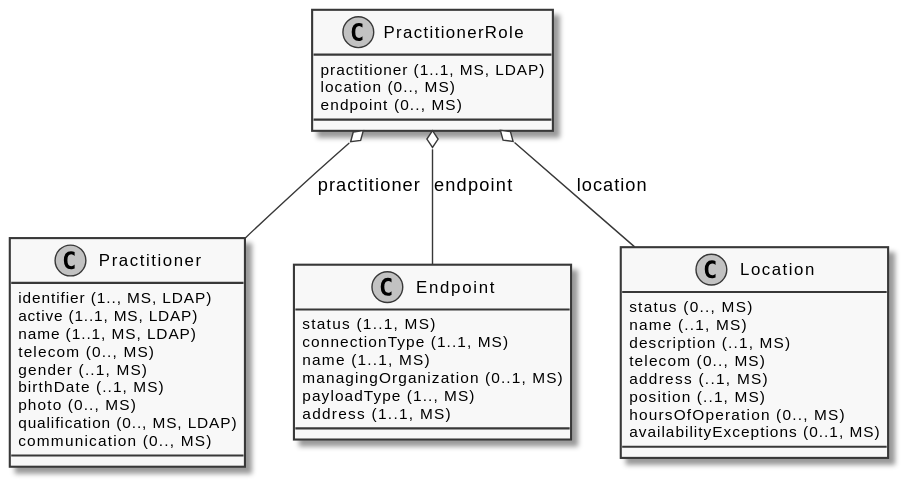
Before: images/diagrams/ClassDiagram.PractitionerRole.svg, a diagram exported from PlantUML (gematik/api-vzd).
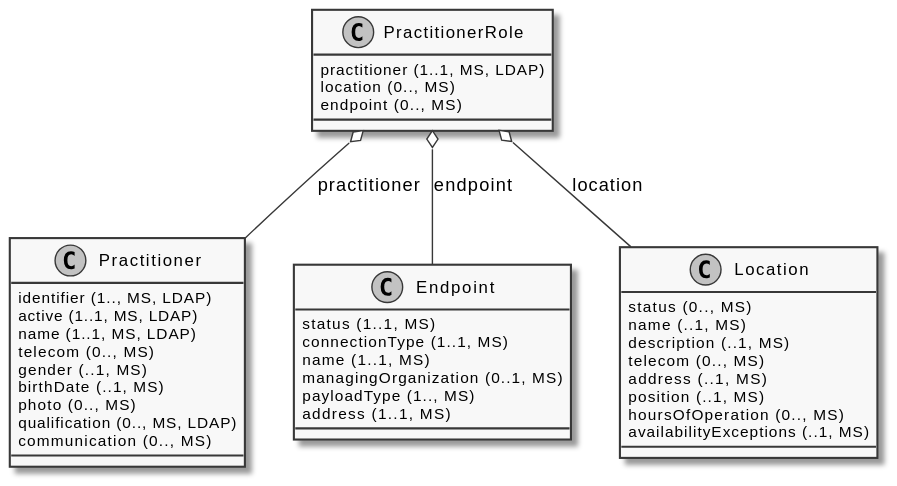
After the change.

Commit message:
Commit from GitHub Actions (GeneratePlantumlImages)

Diff of the diagram source:
```diff
@@ -32,7 +32,7 @@
   {field} address (..1, MS)
   {field} position (..1, MS)
   {field} hoursOfOperation (0.., MS)
-  {field} availabilityExceptions (0..1, MS)
+  {field} availabilityExceptions (..1, MS)
 }
 
 PractitionerRole o-- Practitioner: practitioner
```
